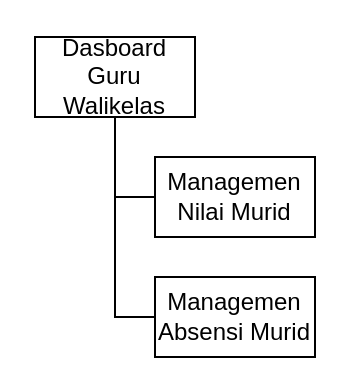
Above: page "DashboardGuru-Walikelas" (5 of 5) of docs/HirarkiTampilan.drawio in wowotek/PBP-Dosen-TR (draw.io), before the change. Source tidied: cells renumbered, new cells numbered last; positions are measured from the earlier drawing's top-left corner, leaving out a move shared by most shapes. Both pictures are drawn from the tidied source at 200%, with x=0, y=0 at pixel (34, 36).
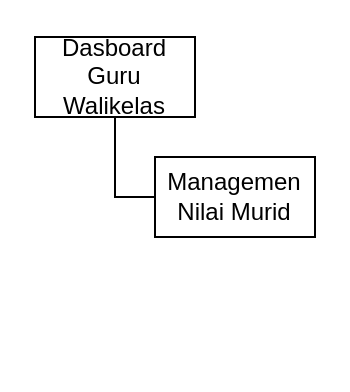
After the change.

What changed in the source:
```diff
@@
 <mxGraphModel>
   <root>
     <mxCell id="0" />
     <mxCell id="1" parent="0" />
     <mxCell id="2" style="edgeStyle=orthogonalEdgeStyle;rounded=0;jettySize=auto;html=1;exitX=0.5;exitY=1;exitDx=0;exitDy=0;entryX=0;entryY=0.5;entryDx=0;entryDy=0;endArrow=none;endFill=0;" parent="1" edge="1" source="4" target="5">
       <mxGeometry relative="1" as="geometry" />
     </mxCell>
-    <mxCell id="3" style="edgeStyle=orthogonalEdgeStyle;rounded=0;jettySize=auto;html=1;exitX=0.5;exitY=1;exitDx=0;exitDy=0;entryX=0;entryY=0.5;entryDx=0;entryDy=0;endArrow=none;endFill=0;" parent="1" edge="1" source="4" target="6">
-      <mxGeometry relative="1" as="geometry" />
-    </mxCell>
     <mxCell id="4" value="Dasboard&lt;br&gt;Guru Walikelas" style="rounded=0;whiteSpace=wrap;html=1;" parent="1" vertex="1">
       <mxGeometry width="80" height="40" as="geometry" />
     </mxCell>
     <mxCell id="5" value="Managemen&lt;br&gt;Nilai Murid" style="rounded=0;whiteSpace=wrap;html=1;" parent="1" vertex="1">
       <mxGeometry x="60" y="60" width="80" height="40" as="geometry" />
     </mxCell>
-    <mxCell id="6" value="Managemen&lt;br&gt;Absensi Murid" style="rounded=0;whiteSpace=wrap;html=1;" parent="1" vertex="1">
-      <mxGeometry x="60" y="120" width="80" height="40" as="geometry" />
-    </mxCell>
   </root>
 </mxGraphModel>
```
